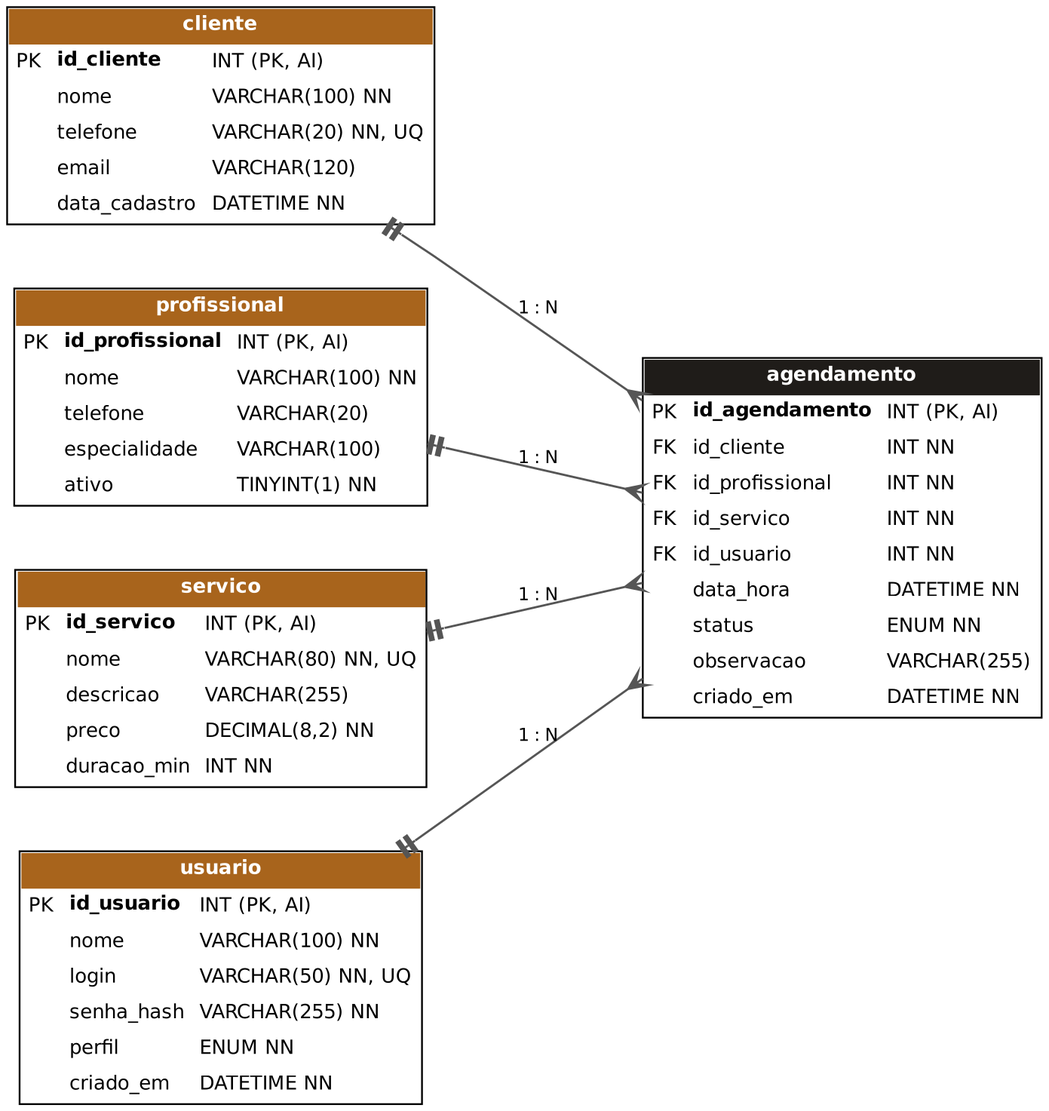
Above: docs/diagramas/er.png in GustavoHenr1/BarbeAgenda (Graphviz), before the change. Its source is kept beside it as docs/diagramas/er.dot. Its diagram source:
```dot
digraph ER {
  rankdir=LR; nodesep=0.5; ranksep=1.3; bgcolor=white; splines=polyline;
  node [shape=plain, fontname="Helvetica", fontsize=11];
  edge [fontname="Helvetica", fontsize=10, color="#555555", arrowhead=crow, arrowtail=teetee, dir=both, penwidth=1.2];
  cliente [label=<<table border="1" cellborder="0" cellspacing="0" cellpadding="4" bgcolor="white">
   <tr><td colspan="3" bgcolor="#A8641C"><font color="white"><b>cliente</b></font></td></tr>
   <tr><td align="left">PK</td><td align="left"><b>id_cliente</b></td><td align="left">INT (PK, AI)</td></tr>
   <tr><td></td><td align="left">nome</td><td align="left">VARCHAR(100) NN</td></tr>
   <tr><td></td><td align="left">telefone</td><td align="left">VARCHAR(20) NN, UQ</td></tr>
   <tr><td></td><td align="left">email</td><td align="left">VARCHAR(120)</td></tr>
   <tr><td></td><td align="left">data_cadastro</td><td align="left">DATETIME NN</td></tr></table>>];
  profissional [label=<<table border="1" cellborder="0" cellspacing="0" cellpadding="4" bgcolor="white">
   <tr><td colspan="3" bgcolor="#A8641C"><font color="white"><b>profissional</b></font></td></tr>
   <tr><td>PK</td><td align="left"><b>id_profissional</b></td><td align="left">INT (PK, AI)</td></tr>
   <tr><td></td><td align="left">nome</td><td align="left">VARCHAR(100) NN</td></tr>
   <tr><td></td><td align="left">telefone</td><td align="left">VARCHAR(20)</td></tr>
   <tr><td></td><td align="left">especialidade</td><td align="left">VARCHAR(100)</td></tr>
   <tr><td></td><td align="left">ativo</td><td align="left">TINYINT(1) NN</td></tr></table>>];
  servico [label=<<table border="1" cellborder="0" cellspacing="0" cellpadding="4" bgcolor="white">
   <tr><td colspan="3" bgcolor="#A8641C"><font color="white"><b>servico</b></font></td></tr>
   <tr><td>PK</td><td align="left"><b>id_servico</b></td><td align="left">INT (PK, AI)</td></tr>
   <tr><td></td><td align="left">nome</td><td align="left">VARCHAR(80) NN, UQ</td></tr>
   <tr><td></td><td align="left">descricao</td><td align="left">VARCHAR(255)</td></tr>
   <tr><td></td><td align="left">preco</td><td align="left">DECIMAL(8,2) NN</td></tr>
   <tr><td></td><td align="left">duracao_min</td><td align="left">INT NN</td></tr></table>>];
  usuario [label=<<table border="1" cellborder="0" cellspacing="0" cellpadding="4" bgcolor="white">
   <tr><td colspan="3" bgcolor="#A8641C"><font color="white"><b>usuario</b></font></td></tr>
   <tr><td>PK</td><td align="left"><b>id_usuario</b></td><td align="left">INT (PK, AI)</td></tr>
   <tr><td></td><td align="left">nome</td><td align="left">VARCHAR(100) NN</td></tr>
   <tr><td></td><td align="left">login</td><td align="left">VARCHAR(50) NN, UQ</td></tr>
   <tr><td></td><td align="left">senha_hash</td><td align="left">VARCHAR(255) NN</td></tr>
   <tr><td></td><td align="left">perfil</td><td align="left">ENUM NN</td></tr>
   <tr><td></td><td align="left">criado_em</td><td align="left">DATETIME NN</td></tr></table>>];
  agendamento [label=<<table border="1" cellborder="0" cellspacing="0" cellpadding="4" bgcolor="white">
   <tr><td colspan="3" bgcolor="#1F1C19"><font color="white"><b>agendamento</b></font></td></tr>
   <tr><td>PK</td><td align="left"><b>id_agendamento</b></td><td align="left">INT (PK, AI)</td></tr>
   <tr><td>FK</td><td align="left">id_cliente</td><td align="left">INT NN</td></tr>
   <tr><td>FK</td><td align="left">id_profissional</td><td align="left">INT NN</td></tr>
   <tr><td>FK</td><td align="left">id_servico</td><td align="left">INT NN</td></tr>
   <tr><td>FK</td><td align="left">id_usuario</td><td align="left">INT NN</td></tr>
   <tr><td></td><td align="left">data_hora</td><td align="left">DATETIME NN</td></tr>
   <tr><td></td><td align="left">status</td><td align="left">ENUM NN</td></tr>
   <tr><td></td><td align="left">observacao</td><td align="left">VARCHAR(255)</td></tr>
   <tr><td></td><td align="left">criado_em</td><td align="left">DATETIME NN</td></tr></table>>];
  cliente -> agendamento [label="1 : N"]; profissional -> agendamento [label="1 : N"];
  servico -> agendamento [label="1 : N"]; usuario -> agendamento [label="1 : N"];
}
```
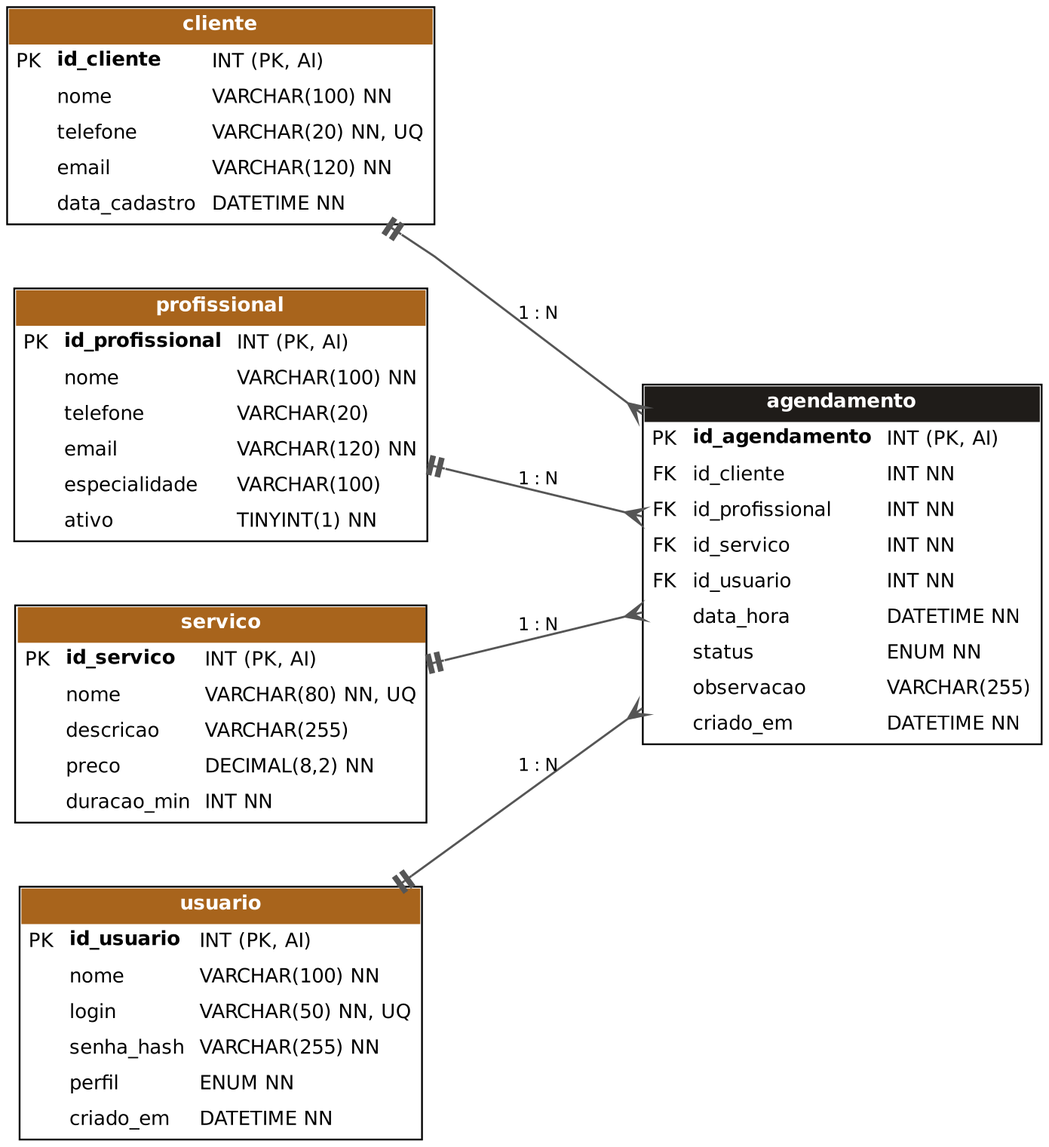
After the commit.

The edit, as a diff of the source:
```diff
@@ -7,13 +7,14 @@
    <tr><td align="left">PK</td><td align="left"><b>id_cliente</b></td><td align="left">INT (PK, AI)</td></tr>
    <tr><td></td><td align="left">nome</td><td align="left">VARCHAR(100) NN</td></tr>
    <tr><td></td><td align="left">telefone</td><td align="left">VARCHAR(20) NN, UQ</td></tr>
-   <tr><td></td><td align="left">email</td><td align="left">VARCHAR(120)</td></tr>
+   <tr><td></td><td align="left">email</td><td align="left">VARCHAR(120) NN</td></tr>
    <tr><td></td><td align="left">data_cadastro</td><td align="left">DATETIME NN</td></tr></table>>];
   profissional [label=<<table border="1" cellborder="0" cellspacing="0" cellpadding="4" bgcolor="white">
    <tr><td colspan="3" bgcolor="#A8641C"><font color="white"><b>profissional</b></font></td></tr>
    <tr><td>PK</td><td align="left"><b>id_profissional</b></td><td align="left">INT (PK, AI)</td></tr>
    <tr><td></td><td align="left">nome</td><td align="left">VARCHAR(100) NN</td></tr>
    <tr><td></td><td align="left">telefone</td><td align="left">VARCHAR(20)</td></tr>
+   <tr><td></td><td align="left">email</td><td align="left">VARCHAR(120) NN</td></tr>
    <tr><td></td><td align="left">especialidade</td><td align="left">VARCHAR(100)</td></tr>
    <tr><td></td><td align="left">ativo</td><td align="left">TINYINT(1) NN</td></tr></table>>];
   servico [label=<<table border="1" cellborder="0" cellspacing="0" cellpadding="4" bgcolor="white">
```
